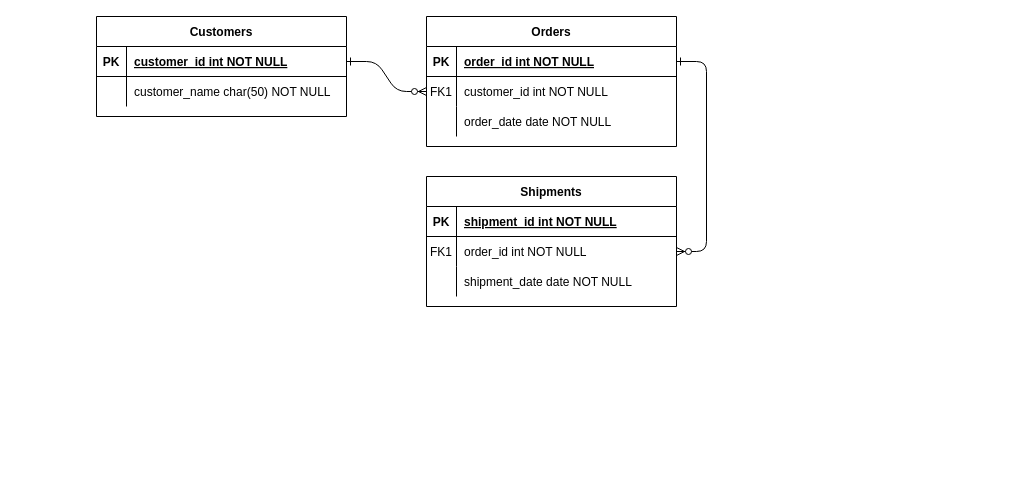
arvindrk47/DSA_leetcode keeps this draw.io diagram as Untitled Diagram.drawio. Above is the earlier version. Source tidied: cells renumbered, new cells numbered last; positions are measured from the earlier drawing's top-left corner, leaving out a move shared by most shapes. Both pictures are drawn from the tidied source at 100%, with x=0, y=0 at pixel (96, 16).
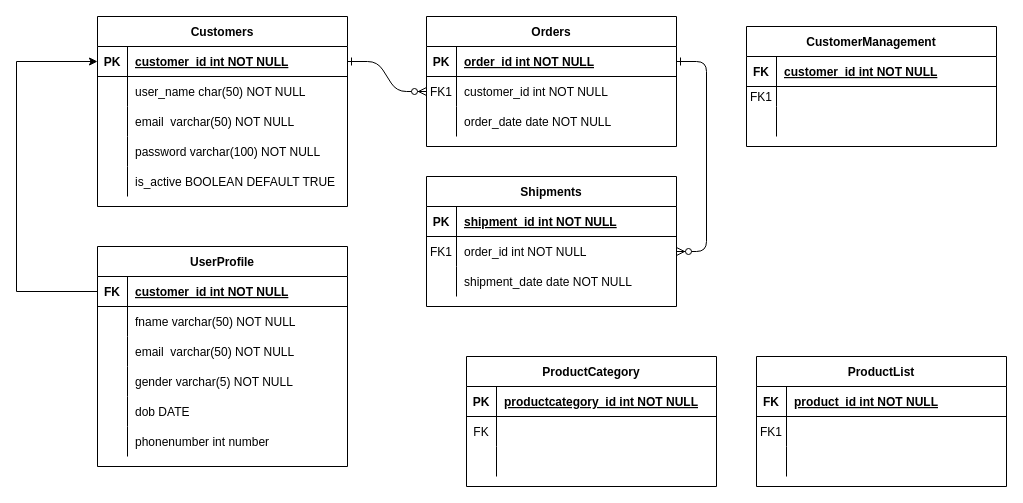
Above is the later version.

The change refers to these unchanged cells:
```xml
<mxCell id="25" style="shape=partialRectangle;fillColor=none;points=[[0,0.5],[1,0.5]];portConstraint=eastwest;top=0;left=0;right=0;bottom=1;" parent="24" vertex="1">
  <mxGeometry y="30" width="250" height="30" as="geometry" />
</mxCell>
<mxCell id="28" style="shape=partialRectangle;fillColor=none;top=0;left=0;right=0;bottom=0;" parent="24" vertex="1">
  <mxGeometry y="60" width="250" height="30" as="geometry" />
</mxCell>
```

What changed in the source:
```diff
@@
     <mxCell id="24" value="Customers" style="shape=table;startSize=30;childLayout=tableLayout;rowLines=0;fontStyle=1;align=center;" parent="1" vertex="1">
-      <mxGeometry width="250" height="100" as="geometry" />
+      <mxGeometry x="1" width="250" height="190" as="geometry" />
     </mxCell>
@@
-    <mxCell id="30" value="customer_name char(50) NOT NULL" style="shape=partialRectangle;overflow=hidden;fillColor=none;top=0;left=0;bottom=0;right=0;align=left;spacingLeft=6;" parent="28" vertex="1">
+    <mxCell id="30" value="user_name char(50) NOT NULL" style="shape=partialRectangle;overflow=hidden;fillColor=none;top=0;left=0;bottom=0;right=0;align=left;spacingLeft=6;" parent="28" vertex="1">
       <mxGeometry x="30" width="220" height="30" as="geometry" />
     </mxCell>
+    <mxCell id="31" style="shape=partialRectangle;fillColor=none;top=0;left=0;right=0;bottom=0;" parent="24" vertex="1">
+      <mxGeometry y="90" width="250" height="30" as="geometry" />
+    </mxCell>
+    <mxCell id="32" style="shape=partialRectangle;overflow=hidden;fillColor=none;top=0;left=0;bottom=0;right=0;" parent="31" vertex="1">
+      <mxGeometry width="30" height="30" as="geometry" />
+    </mxCell>
+    <mxCell id="33" value="email  varchar(50) NOT NULL" style="shape=partialRectangle;overflow=hidden;fillColor=none;top=0;left=0;bottom=0;right=0;align=left;spacingLeft=6;" parent="31" vertex="1">
+      <mxGeometry x="30" width="220" height="30" as="geometry" />
+    </mxCell>
+    <mxCell id="34" style="shape=partialRectangle;fillColor=none;top=0;left=0;right=0;bottom=0;" parent="24" vertex="1">
+      <mxGeometry y="120" width="250" height="30" as="geometry" />
+    </mxCell>
+    <mxCell id="35" style="shape=partialRectangle;overflow=hidden;fillColor=none;top=0;left=0;bottom=0;right=0;" parent="34" vertex="1">
+      <mxGeometry width="30" height="30" as="geometry" />
+    </mxCell>
+    <mxCell id="36" value="password varchar(100) NOT NULL" style="shape=partialRectangle;overflow=hidden;fillColor=none;top=0;left=0;bottom=0;right=0;align=left;spacingLeft=6;" parent="34" vertex="1">
+      <mxGeometry x="30" width="220" height="30" as="geometry" />
+    </mxCell>
+    <mxCell id="37" style="shape=partialRectangle;fillColor=none;top=0;left=0;right=0;bottom=0;" parent="24" vertex="1">
+      <mxGeometry y="150" width="250" height="30" as="geometry" />
+    </mxCell>
+    <mxCell id="38" style="shape=partialRectangle;overflow=hidden;fillColor=none;top=0;left=0;bottom=0;right=0;" parent="37" vertex="1">
+      <mxGeometry width="30" height="30" as="geometry" />
+    </mxCell>
+    <mxCell id="39" value="is_active BOOLEAN DEFAULT TRUE" style="shape=partialRectangle;overflow=hidden;fillColor=none;top=0;left=0;bottom=0;right=0;align=left;spacingLeft=6;" parent="37" vertex="1">
+      <mxGeometry x="30" width="220" height="30" as="geometry" />
+    </mxCell>
+    <mxCell id="40" value="UserProfile" style="shape=table;startSize=30;childLayout=tableLayout;rowLines=0;fontStyle=1;align=center;" parent="1" vertex="1">
+      <mxGeometry x="1" y="230" width="250" height="220" as="geometry" />
+    </mxCell>
+    <mxCell id="41" style="shape=partialRectangle;fillColor=none;points=[[0,0.5],[1,0.5]];portConstraint=eastwest;top=0;left=0;right=0;bottom=1;" parent="40" vertex="1">
+      <mxGeometry y="30" width="250" height="30" as="geometry" />
+    </mxCell>
+    <mxCell id="42" value="FK" style="shape=partialRectangle;overflow=hidden;fillColor=none;top=0;left=0;bottom=0;right=0;fontStyle=1;" parent="41" vertex="1">
+      <mxGeometry width="30" height="30" as="geometry" />
+    </mxCell>
+    <mxCell id="43" value="customer_id int NOT NULL " style="shape=partialRectangle;overflow=hidden;fillColor=none;top=0;left=0;bottom=0;right=0;align=left;spacingLeft=6;fontStyle=5;" parent="41" vertex="1">
+      <mxGeometry x="30" width="220" height="30" as="geometry" />
+    </mxCell>
+    <mxCell id="44" style="shape=partialRectangle;fillColor=none;top=0;left=0;right=0;bottom=0;" parent="40" vertex="1">
+      <mxGeometry y="60" width="250" height="30" as="geometry" />
+    </mxCell>
+    <mxCell id="45" style="shape=partialRectangle;overflow=hidden;fillColor=none;top=0;left=0;bottom=0;right=0;" parent="44" vertex="1">
+      <mxGeometry width="30" height="30" as="geometry" />
+    </mxCell>
+    <mxCell id="46" value="fname varchar(50) NOT NULL" style="shape=partialRectangle;overflow=hidden;fillColor=none;top=0;left=0;bottom=0;right=0;align=left;spacingLeft=6;" parent="44" vertex="1">
+      <mxGeometry x="30" width="220" height="30" as="geometry" />
+    </mxCell>
+    <mxCell id="47" style="shape=partialRectangle;fillColor=none;top=0;left=0;right=0;bottom=0;" parent="40" vertex="1">
+      <mxGeometry y="90" width="250" height="30" as="geometry" />
+    </mxCell>
+    <mxCell id="48" style="shape=partialRectangle;overflow=hidden;fillColor=none;top=0;left=0;bottom=0;right=0;" parent="47" vertex="1">
+      <mxGeometry width="30" height="30" as="geometry" />
+    </mxCell>
+    <mxCell id="49" value="email  varchar(50) NOT NULL" style="shape=partialRectangle;overflow=hidden;fillColor=none;top=0;left=0;bottom=0;right=0;align=left;spacingLeft=6;" parent="47" vertex="1">
+      <mxGeometry x="30" width="220" height="30" as="geometry" />
+    </mxCell>
+    <mxCell id="50" style="shape=partialRectangle;fillColor=none;top=0;left=0;right=0;bottom=0;" parent="40" vertex="1">
+      <mxGeometry y="120" width="250" height="30" as="geometry" />
+    </mxCell>
+    <mxCell id="51" style="shape=partialRectangle;overflow=hidden;fillColor=none;top=0;left=0;bottom=0;right=0;" parent="50" vertex="1">
+      <mxGeometry width="30" height="30" as="geometry" />
+    </mxCell>
+    <mxCell id="52" value="gender varchar(5) NOT NULL" style="shape=partialRectangle;overflow=hidden;fillColor=none;top=0;left=0;bottom=0;right=0;align=left;spacingLeft=6;" parent="50" vertex="1">
+      <mxGeometry x="30" width="220" height="30" as="geometry" />
+    </mxCell>
+    <mxCell id="53" style="shape=partialRectangle;fillColor=none;top=0;left=0;right=0;bottom=0;" parent="40" vertex="1">
+      <mxGeometry y="150" width="250" height="30" as="geometry" />
+    </mxCell>
+    <mxCell id="54" style="shape=partialRectangle;overflow=hidden;fillColor=none;top=0;left=0;bottom=0;right=0;" parent="53" vertex="1">
+      <mxGeometry width="30" height="30" as="geometry" />
+    </mxCell>
+    <mxCell id="55" value="dob DATE" style="shape=partialRectangle;overflow=hidden;fillColor=none;top=0;left=0;bottom=0;right=0;align=left;spacingLeft=6;" parent="53" vertex="1">
+      <mxGeometry x="30" width="220" height="30" as="geometry" />
+    </mxCell>
+    <mxCell id="56" style="shape=partialRectangle;fillColor=none;top=0;left=0;right=0;bottom=0;" parent="40" vertex="1">
+      <mxGeometry y="180" width="250" height="30" as="geometry" />
+    </mxCell>
+    <mxCell id="57" style="shape=partialRectangle;overflow=hidden;fillColor=none;top=0;left=0;bottom=0;right=0;" parent="56" vertex="1">
+      <mxGeometry width="30" height="30" as="geometry" />
+    </mxCell>
+    <mxCell id="58" value="phonenumber int number" style="shape=partialRectangle;overflow=hidden;fillColor=none;top=0;left=0;bottom=0;right=0;align=left;spacingLeft=6;" parent="56" vertex="1">
+      <mxGeometry x="30" width="220" height="30" as="geometry" />
+    </mxCell>
+    <mxCell id="59" style="edgeStyle=orthogonalEdgeStyle;rounded=0;jettySize=auto;html=1;entryX=0;entryY=0.5;entryDx=0;entryDy=0;" parent="1" edge="1" source="41" target="25">
+      <mxGeometry relative="1" as="geometry">
+        <Array as="points">
+          <mxPoint x="-80" y="275" />
+          <mxPoint x="-80" y="45" />
+        </Array>
+      </mxGeometry>
+    </mxCell>
+    <mxCell id="60" value="ProductCategory" style="shape=table;startSize=30;childLayout=tableLayout;rowLines=0;fontStyle=1;align=center;" parent="1" vertex="1">
+      <mxGeometry x="370" y="340" width="250" height="130" as="geometry" />
+    </mxCell>
+    <mxCell id="61" style="shape=partialRectangle;fillColor=none;top=0;left=0;right=0;bottom=1;" parent="60" vertex="1">
+      <mxGeometry y="30" width="250" height="30" as="geometry" />
+    </mxCell>
+    <mxCell id="62" value="PK" style="shape=partialRectangle;overflow=hidden;fillColor=none;top=0;left=0;bottom=0;right=0;fontStyle=1;" parent="61" vertex="1">
+      <mxGeometry width="30" height="30" as="geometry" />
+    </mxCell>
+    <mxCell id="63" value="productcategory_id int NOT NULL " style="shape=partialRectangle;overflow=hidden;fillColor=none;top=0;left=0;bottom=0;right=0;align=left;spacingLeft=6;fontStyle=5;" parent="61" vertex="1">
+      <mxGeometry x="30" width="220" height="30" as="geometry" />
+    </mxCell>
+    <mxCell id="64" style="shape=partialRectangle;fillColor=none;top=0;left=0;right=0;bottom=0;" parent="60" vertex="1">
+      <mxGeometry y="60" width="250" height="30" as="geometry" />
+    </mxCell>
+    <mxCell id="65" value="FK" style="shape=partialRectangle;overflow=hidden;fillColor=none;top=0;left=0;bottom=0;right=0;" parent="64" vertex="1">
+      <mxGeometry width="30" height="30" as="geometry" />
+    </mxCell>
+    <mxCell id="66" style="shape=partialRectangle;overflow=hidden;fillColor=none;top=0;left=0;bottom=0;right=0;align=left;spacingLeft=6;" parent="64" vertex="1">
+      <mxGeometry x="30" width="220" height="30" as="geometry" />
+    </mxCell>
+    <mxCell id="67" style="shape=partialRectangle;fillColor=none;top=0;left=0;right=0;bottom=0;" parent="60" vertex="1">
+      <mxGeometry y="90" width="250" height="30" as="geometry" />
+    </mxCell>
+    <mxCell id="68" style="shape=partialRectangle;overflow=hidden;fillColor=none;top=0;left=0;bottom=0;right=0;" parent="67" vertex="1">
+      <mxGeometry width="30" height="30" as="geometry" />
+    </mxCell>
+    <mxCell id="69" style="shape=partialRectangle;overflow=hidden;fillColor=none;top=0;left=0;bottom=0;right=0;align=left;spacingLeft=6;" parent="67" vertex="1">
+      <mxGeometry x="30" width="220" height="30" as="geometry" />
+    </mxCell>
+    <mxCell id="70" value="ProductList" style="shape=table;startSize=30;childLayout=tableLayout;rowLines=0;fontStyle=1;align=center;" parent="1" vertex="1">
+      <mxGeometry x="660" y="340" width="250" height="130" as="geometry" />
+    </mxCell>
+    <mxCell id="71" style="shape=partialRectangle;fillColor=none;top=0;left=0;right=0;bottom=1;" parent="70" vertex="1">
+      <mxGeometry y="30" width="250" height="30" as="geometry" />
+    </mxCell>
+    <mxCell id="72" value="FK" style="shape=partialRectangle;overflow=hidden;fillColor=none;top=0;left=0;bottom=0;right=0;fontStyle=1;" parent="71" vertex="1">
+      <mxGeometry width="30" height="30" as="geometry" />
+    </mxCell>
+    <mxCell id="73" value="product_id int NOT NULL " style="shape=partialRectangle;overflow=hidden;fillColor=none;top=0;left=0;bottom=0;right=0;align=left;spacingLeft=6;fontStyle=5;" parent="71" vertex="1">
+      <mxGeometry x="30" width="220" height="30" as="geometry" />
+    </mxCell>
+    <mxCell id="74" style="shape=partialRectangle;fillColor=none;top=0;left=0;right=0;bottom=0;" parent="70" vertex="1">
+      <mxGeometry y="60" width="250" height="30" as="geometry" />
+    </mxCell>
+    <mxCell id="75" value="FK1" style="shape=partialRectangle;overflow=hidden;fillColor=none;top=0;left=0;bottom=0;right=0;" parent="74" vertex="1">
+      <mxGeometry width="30" height="30" as="geometry" />
+    </mxCell>
+    <mxCell id="76" style="shape=partialRectangle;overflow=hidden;fillColor=none;top=0;left=0;bottom=0;right=0;align=left;spacingLeft=6;" parent="74" vertex="1">
+      <mxGeometry x="30" width="220" height="30" as="geometry" />
+    </mxCell>
+    <mxCell id="77" style="shape=partialRectangle;fillColor=none;top=0;left=0;right=0;bottom=0;" parent="70" vertex="1">
+      <mxGeometry y="90" width="250" height="30" as="geometry" />
+    </mxCell>
+    <mxCell id="78" style="shape=partialRectangle;overflow=hidden;fillColor=none;top=0;left=0;bottom=0;right=0;" parent="77" vertex="1">
+      <mxGeometry width="30" height="30" as="geometry" />
+    </mxCell>
+    <mxCell id="79" style="shape=partialRectangle;overflow=hidden;fillColor=none;top=0;left=0;bottom=0;right=0;align=left;spacingLeft=6;" parent="77" vertex="1">
+      <mxGeometry x="30" width="220" height="30" as="geometry" />
+    </mxCell>
+    <mxCell id="80" value="CustomerManagement" style="shape=table;startSize=30;childLayout=tableLayout;rowLines=0;fontStyle=1;align=center;" parent="1" vertex="1">
+      <mxGeometry x="650" y="10" width="250" height="120" as="geometry" />
+    </mxCell>
+    <mxCell id="81" style="shape=partialRectangle;fillColor=none;top=0;left=0;right=0;bottom=1;" parent="80" vertex="1">
+      <mxGeometry y="30" width="250" height="30" as="geometry" />
+    </mxCell>
+    <mxCell id="82" value="FK" style="shape=partialRectangle;overflow=hidden;fillColor=none;top=0;left=0;bottom=0;right=0;fontStyle=1;" parent="81" vertex="1">
+      <mxGeometry width="30" height="30" as="geometry" />
+    </mxCell>
+    <mxCell id="83" value="customer_id int NOT NULL " style="shape=partialRectangle;overflow=hidden;fillColor=none;top=0;left=0;bottom=0;right=0;align=left;spacingLeft=6;fontStyle=5;" parent="81" vertex="1">
+      <mxGeometry x="30" width="220" height="30" as="geometry" />
+    </mxCell>
+    <mxCell id="84" style="shape=partialRectangle;fillColor=none;top=0;left=0;right=0;bottom=0;" parent="80" vertex="1">
+      <mxGeometry y="60" width="250" height="20" as="geometry" />
+    </mxCell>
+    <mxCell id="85" value="FK1" style="shape=partialRectangle;overflow=hidden;fillColor=none;top=0;left=0;bottom=0;right=0;" parent="84" vertex="1">
+      <mxGeometry width="30" height="20" as="geometry" />
+    </mxCell>
+    <mxCell id="86" style="shape=partialRectangle;overflow=hidden;fillColor=none;top=0;left=0;bottom=0;right=0;align=left;spacingLeft=6;" parent="84" vertex="1">
+      <mxGeometry x="30" width="220" height="20" as="geometry" />
+    </mxCell>
+    <mxCell id="87" style="shape=partialRectangle;fillColor=none;top=0;left=0;right=0;bottom=0;" parent="80" vertex="1">
+      <mxGeometry y="80" width="250" height="30" as="geometry" />
+    </mxCell>
+    <mxCell id="88" style="shape=partialRectangle;overflow=hidden;fillColor=none;top=0;left=0;bottom=0;right=0;" parent="87" vertex="1">
+      <mxGeometry width="30" height="30" as="geometry" />
+    </mxCell>
+    <mxCell id="89" style="shape=partialRectangle;overflow=hidden;fillColor=none;top=0;left=0;bottom=0;right=0;align=left;spacingLeft=6;" parent="87" vertex="1">
+      <mxGeometry x="30" width="220" height="30" as="geometry" />
+    </mxCell>
```
